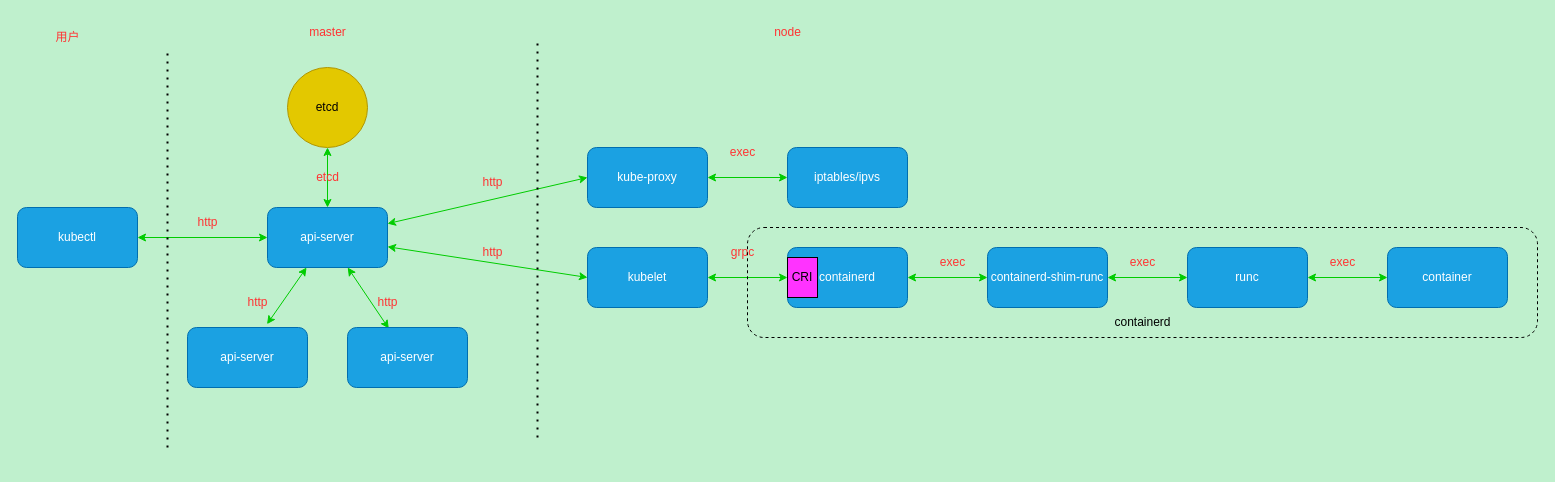
This is drawio/k8s-arch.drawio from NatureLR/blog, a draw.io file, before an edit. Source tidied: cells renumbered, new cells numbered last; positions are measured from the earlier drawing's top-left corner, leaving out a move shared by most shapes. Both pictures are drawn from the tidied source at 100%, with x=0, y=0 at pixel (17, 17).
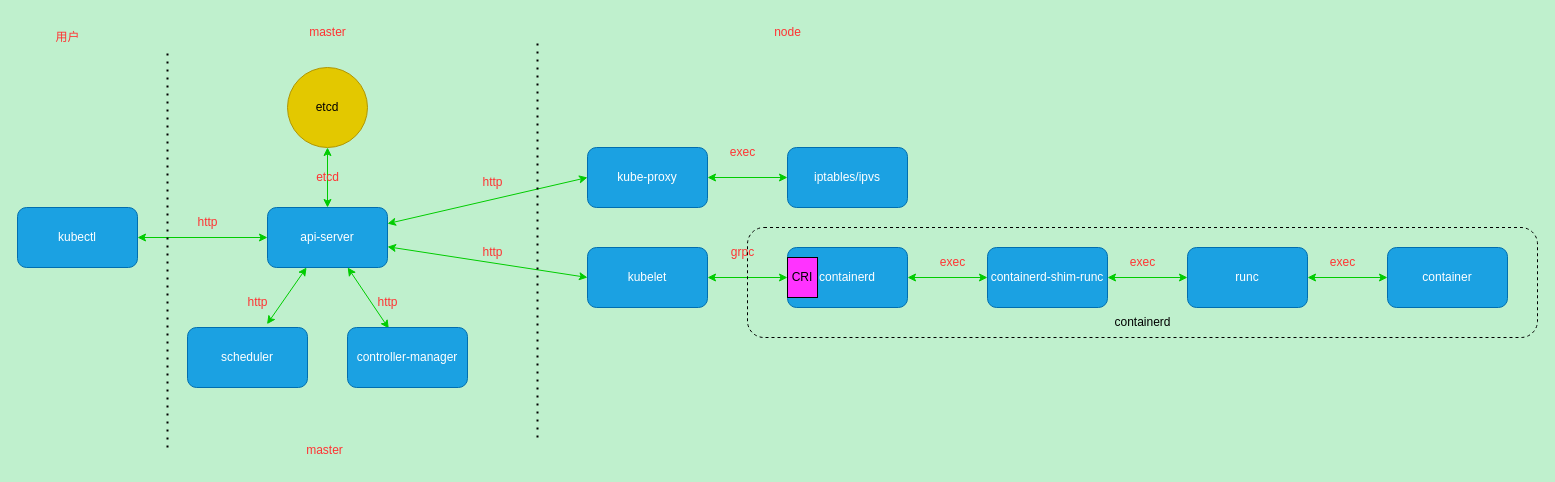
The same diagram, later.

What changed in the source:
```diff
@@
-    <mxCell id="13" value="api-server" style="rounded=1;whiteSpace=wrap;html=1;fillColor=#1ba1e2;fontColor=#ffffff;strokeColor=#006EAF;" parent="1" vertex="1">
+    <mxCell id="13" value="scheduler" style="rounded=1;whiteSpace=wrap;html=1;fillColor=#1ba1e2;fontColor=#ffffff;strokeColor=#006EAF;" parent="1" vertex="1">
       <mxGeometry x="170" y="310" width="120" height="60" as="geometry" />
     </mxCell>
-    <mxCell id="14" value="api-server" style="rounded=1;whiteSpace=wrap;html=1;fillColor=#1ba1e2;fontColor=#ffffff;strokeColor=#006EAF;" parent="1" vertex="1">
+    <mxCell id="14" value="controller-manager" style="rounded=1;whiteSpace=wrap;html=1;fillColor=#1ba1e2;fontColor=#ffffff;strokeColor=#006EAF;" parent="1" vertex="1">
       <mxGeometry x="330" y="310" width="120" height="60" as="geometry" />
     </mxCell>
@@
+    <mxCell id="44" value="master" style="text;html=1;align=center;verticalAlign=middle;strokeColor=none;fillColor=none;fontColor=#FF3333;" parent="1" vertex="1">
+      <mxGeometry x="277" y="418" width="60" height="30" as="geometry" />
+    </mxCell>
```
